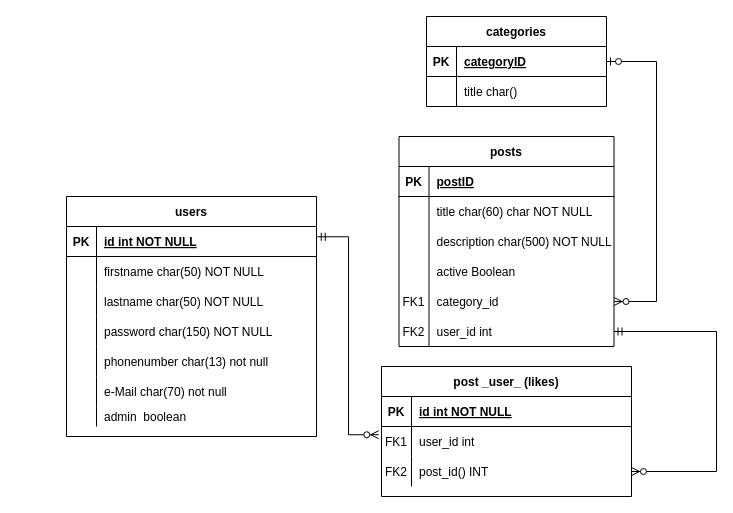
Before: _changelog/ERD/DB-Structure.drawio in JahuanFortes/Bakery-Laravel, a draw.io diagram. Source tidied: cells renumbered, new cells numbered last; positions are measured from the earlier drawing's top-left corner, leaving out a move shared by most shapes. Both pictures are drawn from the tidied source at 100%, with x=0, y=0 at pixel (66, 16).
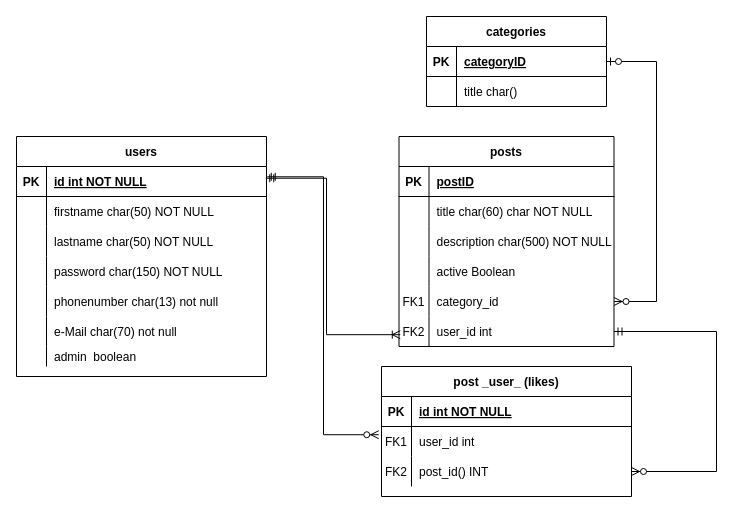
The same page after the edit.

The change refers to these unchanged cells:
```xml
<mxCell id="3" style="shape=partialRectangle;fillColor=none;points=[[0,0.5],[1,0.5]];portConstraint=eastwest;top=0;left=0;right=0;bottom=1;" parent="2" vertex="1">
  <mxGeometry y="30" width="250" height="30" as="geometry" />
</mxCell>
<mxCell id="40" style="shape=tableRow;horizontal=0;startSize=0;swimlaneHead=0;swimlaneBody=0;fillColor=none;points=[[0,0.5],[1,0.5]];portConstraint=eastwest;top=0;left=0;right=0;bottom=0;" parent="24" vertex="1">
  <mxGeometry y="180" width="215" height="30" as="geometry" />
</mxCell>
```

The edit, as a diff of the source:
```diff
@@
     <mxCell id="2" value="users" style="shape=table;startSize=30;childLayout=tableLayout;rowLines=0;fontStyle=1;align=center;" parent="1" vertex="1">
-      <mxGeometry y="180" width="250" height="240" as="geometry" />
+      <mxGeometry x="-50" y="120" width="250" height="240" as="geometry" />
     </mxCell>
@@
+    <mxCell id="63" style="edgeStyle=elbowEdgeStyle;fontSize=12;html=1;endArrow=ERoneToMany;startArrow=ERmandOne;rounded=0;exitX=0.997;exitY=0.391;exitDx=0;exitDy=0;exitPerimeter=0;entryX=0.006;entryY=0.606;entryDx=0;entryDy=0;entryPerimeter=0;" parent="1" edge="1" source="3" target="40">
+      <mxGeometry relative="1" as="geometry">
+        <Array as="points">
+          <mxPoint x="260" y="240" />
+        </Array>
+      </mxGeometry>
+    </mxCell>
```
